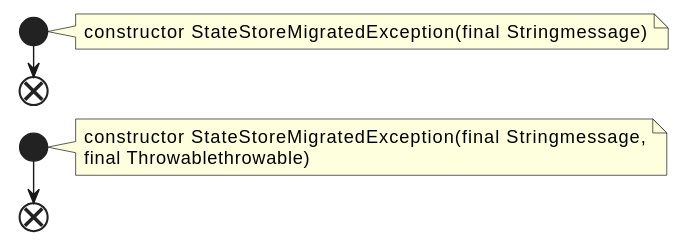
qualitesys/kafka keeps this PlantUML diagram as docs/qc/streams/src/main/java/org/apache/kafka/streams/errors/StateStoreMigratedException.java.fct.svg. Above is the earlier version.
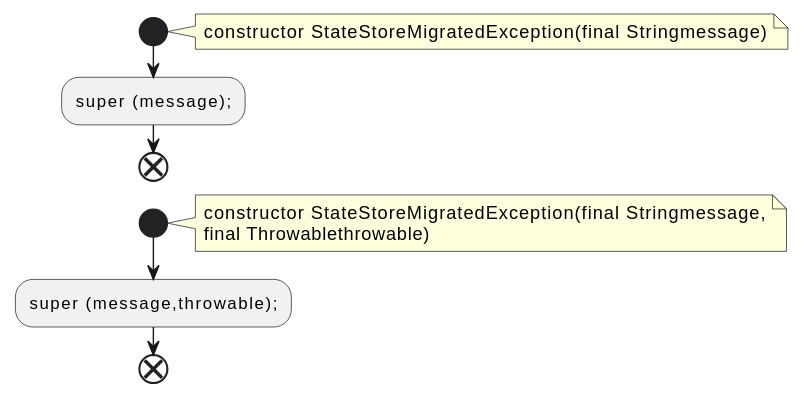
Above is the later version.

Diff of the diagram source:
```diff
@@ -4,11 +4,13 @@
 note right
 constructor StateStoreMigratedException(final Stringmessage)
 end note
+:super (message);;
 end
 start
 note right
 constructor StateStoreMigratedException(final Stringmessage,
 final Throwablethrowable)
 end note
+:super (message,throwable);;
 end
 @enduml
```
